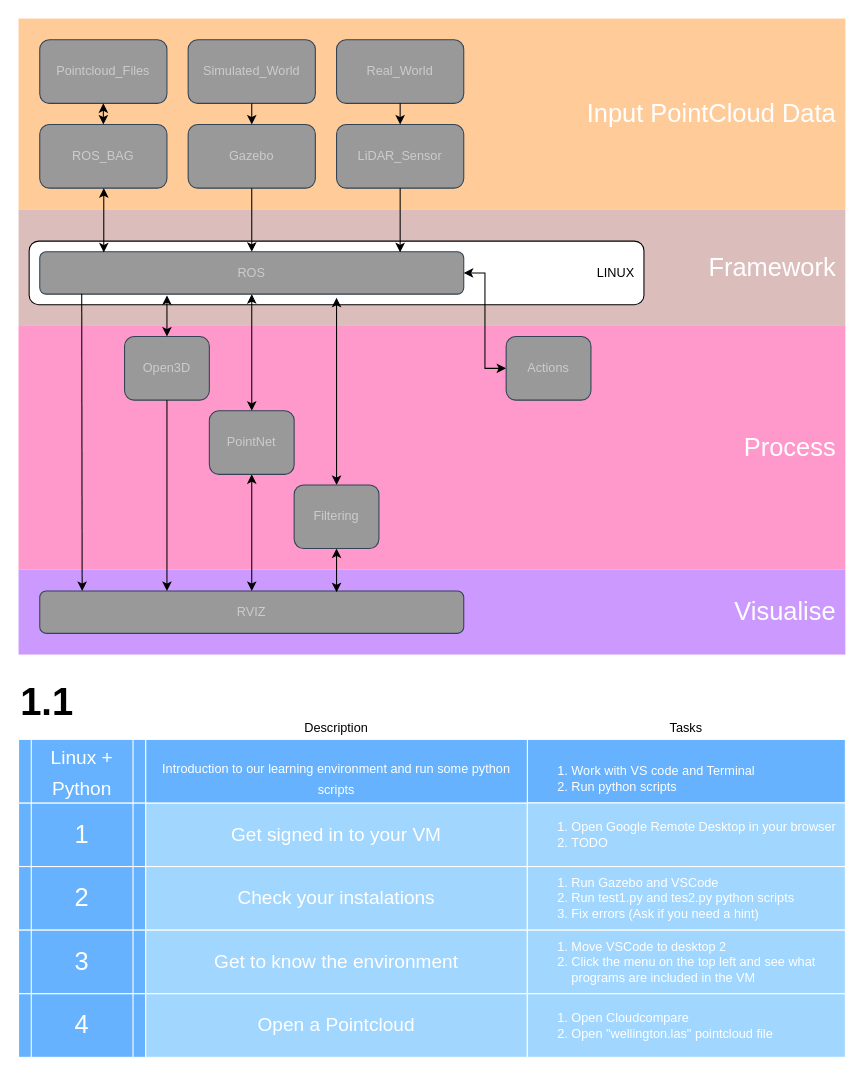
Before: page "1.1_Linux_Python" (3 of 8) of 0_Overview/course_overview_diagram.drawio in AM1010101/lidar_integrators_course, a draw.io diagram. Source tidied: cells renumbered, new cells numbered last; positions are measured from the earlier drawing's top-left corner, leaving out a move shared by most shapes. Both pictures are drawn from the tidied source at 106%, with x=0, y=0 at pixel (18, 18).
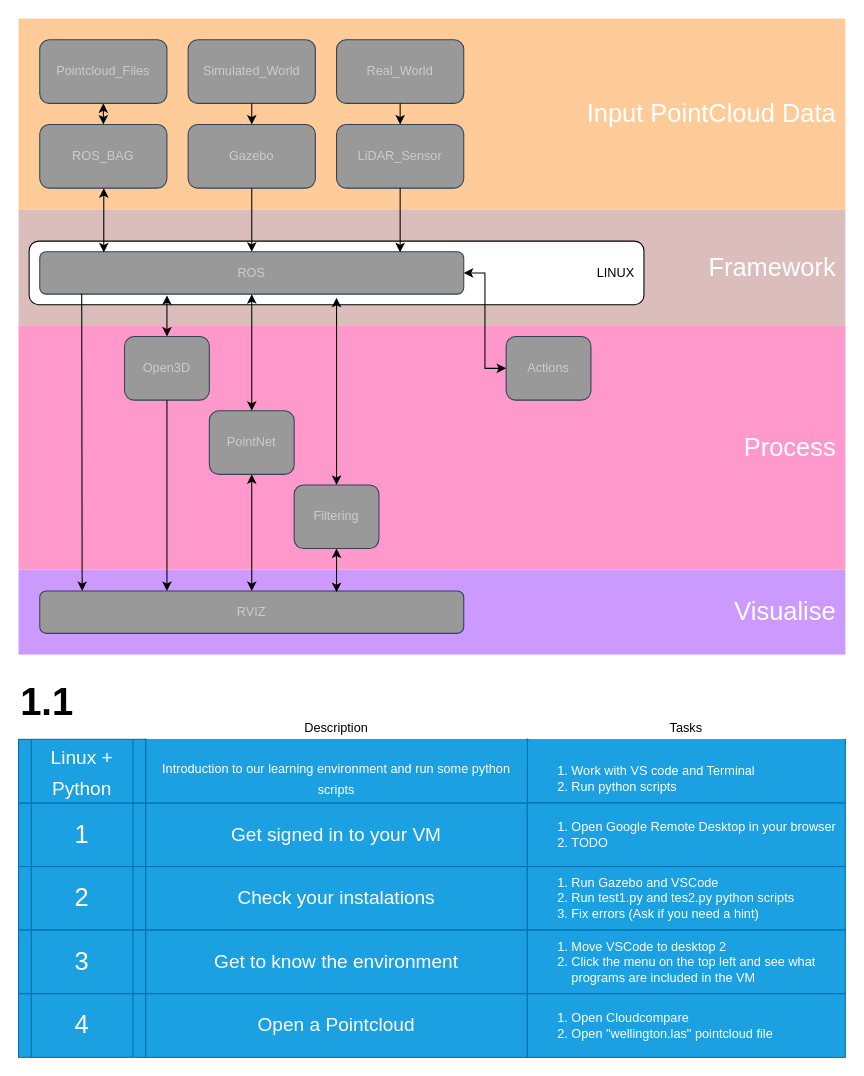
After the change.

What changed in the source:
```diff
@@
-    <mxCell id="33" value="1" style="shape=process;whiteSpace=wrap;html=1;backgroundOutline=1;fontSize=24;fontColor=#FFFFFF;fillColor=#66B2FF;gradientColor=none;strokeColor=#FFFFFF;" parent="1" vertex="1">
+    <mxCell id="33" value="1" style="shape=process;whiteSpace=wrap;html=1;backgroundOutline=1;fontSize=24;fontColor=#ffffff;fillColor=#1ba1e2;strokeColor=#006EAF;" parent="1" vertex="1">
       <mxGeometry y="740" width="120" height="60" as="geometry" />
     </mxCell>
-    <mxCell id="34" value="2" style="shape=process;whiteSpace=wrap;html=1;backgroundOutline=1;fontSize=24;fontColor=#FFFFFF;fillColor=#66B2FF;gradientColor=none;strokeColor=#FFFFFF;" parent="1" vertex="1">
+    <mxCell id="34" value="2" style="shape=process;whiteSpace=wrap;html=1;backgroundOutline=1;fontSize=24;fontColor=#ffffff;fillColor=#1ba1e2;strokeColor=#006EAF;" parent="1" vertex="1">
       <mxGeometry y="800" width="120" height="60" as="geometry" />
     </mxCell>
-    <mxCell id="35" value="3" style="shape=process;whiteSpace=wrap;html=1;backgroundOutline=1;fontSize=24;fontColor=#FFFFFF;fillColor=#66B2FF;gradientColor=none;strokeColor=#FFFFFF;" parent="1" vertex="1">
+    <mxCell id="35" value="3" style="shape=process;whiteSpace=wrap;html=1;backgroundOutline=1;fontSize=24;fontColor=#ffffff;fillColor=#1ba1e2;strokeColor=#006EAF;" parent="1" vertex="1">
       <mxGeometry y="860" width="120" height="60" as="geometry" />
     </mxCell>
-    <mxCell id="36" value="4" style="shape=process;whiteSpace=wrap;html=1;backgroundOutline=1;fontSize=24;fontColor=#FFFFFF;fillColor=#66B2FF;gradientColor=none;strokeColor=#FFFFFF;" parent="1" vertex="1">
+    <mxCell id="36" value="4" style="shape=process;whiteSpace=wrap;html=1;backgroundOutline=1;fontSize=24;fontColor=#ffffff;fillColor=#1ba1e2;strokeColor=#006EAF;" parent="1" vertex="1">
       <mxGeometry y="920" width="120" height="60" as="geometry" />
     </mxCell>
-    <mxCell id="37" value="&lt;font style=&quot;font-size: 18px&quot;&gt;Linux + Python&lt;br&gt;&lt;/font&gt;" style="shape=process;whiteSpace=wrap;html=1;backgroundOutline=1;fontSize=24;fontColor=#FFFFFF;fillColor=#66B2FF;gradientColor=none;strokeColor=#FFFFFF;" parent="1" vertex="1">
+    <mxCell id="37" value="&lt;font style=&quot;font-size: 18px&quot;&gt;Linux + Python&lt;br&gt;&lt;/font&gt;" style="shape=process;whiteSpace=wrap;html=1;backgroundOutline=1;fontSize=24;fontColor=#ffffff;fillColor=#1ba1e2;strokeColor=#006EAF;" parent="1" vertex="1">
       <mxGeometry y="680" width="120" height="60" as="geometry" />
     </mxCell>
-    <mxCell id="38" style="rounded=0;whiteSpace=wrap;html=1;fontSize=18;fontColor=#FFFFFF;fillColor=#A1D6FF;gradientColor=none;strokeColor=#FFFFFF;" parent="1" vertex="1">
+    <mxCell id="38" style="rounded=0;whiteSpace=wrap;html=1;fontSize=18;fontColor=#ffffff;fillColor=#1ba1e2;strokeColor=#006EAF;" parent="1" vertex="1">
       <mxGeometry x="120" y="680" width="360" height="60" as="geometry" />
     </mxCell>
-    <mxCell id="39" value="&lt;div style=&quot;font-size: 12px&quot; align=&quot;left&quot;&gt;&lt;br&gt;&lt;ol&gt;&lt;li&gt;&lt;font style=&quot;font-size: 12px&quot;&gt;Work with VS code and Terminal&lt;br&gt;&lt;/font&gt;&lt;/li&gt;&lt;li&gt;&lt;div&gt;&lt;font style=&quot;font-size: 12px&quot;&gt;Run python scripts&lt;/font&gt;&lt;/div&gt;&lt;/li&gt;&lt;/ol&gt;&lt;/div&gt;" style="rounded=0;whiteSpace=wrap;html=1;fontSize=18;fontColor=#FFFFFF;fillColor=#66B2FF;gradientColor=none;strokeColor=#FFFFFF;align=left;" parent="1" vertex="1">
+    <mxCell id="39" value="&lt;div style=&quot;font-size: 12px&quot; align=&quot;left&quot;&gt;&lt;br&gt;&lt;ol&gt;&lt;li&gt;&lt;font style=&quot;font-size: 12px&quot;&gt;Work with VS code and Terminal&lt;br&gt;&lt;/font&gt;&lt;/li&gt;&lt;li&gt;&lt;div&gt;&lt;font style=&quot;font-size: 12px&quot;&gt;Run python scripts&lt;/font&gt;&lt;/div&gt;&lt;/li&gt;&lt;/ol&gt;&lt;/div&gt;" style="rounded=0;whiteSpace=wrap;html=1;fontSize=18;fontColor=#ffffff;fillColor=#1ba1e2;strokeColor=#006EAF;align=left;" parent="1" vertex="1">
       <mxGeometry x="480" y="680" width="300" height="60" as="geometry" />
     </mxCell>
-    <mxCell id="40" value="Get signed in to your VM" style="rounded=0;whiteSpace=wrap;html=1;fontSize=18;fontColor=#FFFFFF;fillColor=#A1D6FF;gradientColor=none;strokeColor=#FFFFFF;" parent="1" vertex="1">
+    <mxCell id="40" value="Get signed in to your VM" style="rounded=0;whiteSpace=wrap;html=1;fontSize=18;fontColor=#ffffff;fillColor=#1ba1e2;strokeColor=#006EAF;" parent="1" vertex="1">
       <mxGeometry x="120" y="740" width="360" height="60" as="geometry" />
     </mxCell>
-    <mxCell id="41" value="&lt;div style=&quot;font-size: 12px&quot; align=&quot;left&quot;&gt;&lt;ol&gt;&lt;li&gt;Open Google Remote Desktop in your browser&lt;br&gt;&lt;/li&gt;&lt;li&gt;&lt;font style=&quot;font-size: 12px&quot;&gt;TODO&lt;br&gt;&lt;/font&gt;&lt;/li&gt;&lt;/ol&gt;&lt;/div&gt;" style="rounded=0;whiteSpace=wrap;html=1;fontSize=18;fontColor=#FFFFFF;fillColor=#A1D6FF;gradientColor=none;strokeColor=#FFFFFF;align=left;" parent="1" vertex="1">
+    <mxCell id="41" value="&lt;div style=&quot;font-size: 12px&quot; align=&quot;left&quot;&gt;&lt;ol&gt;&lt;li&gt;Open Google Remote Desktop in your browser&lt;br&gt;&lt;/li&gt;&lt;li&gt;&lt;font style=&quot;font-size: 12px&quot;&gt;TODO&lt;br&gt;&lt;/font&gt;&lt;/li&gt;&lt;/ol&gt;&lt;/div&gt;" style="rounded=0;whiteSpace=wrap;html=1;fontSize=18;fontColor=#ffffff;fillColor=#1ba1e2;strokeColor=#006EAF;align=left;" parent="1" vertex="1">
       <mxGeometry x="480" y="740" width="300" height="60" as="geometry" />
     </mxCell>
@@
-    <mxCell id="43" value="&lt;p style=&quot;line-height: 0.5&quot;&gt;&lt;font style=&quot;font-size: 12px&quot; color=&quot;#FFFFFF&quot;&gt;Introduction to our learning environment and run some python scripts&lt;/font&gt;&lt;/p&gt;" style="text;html=1;strokeColor=#FFFFFF;fillColor=#66B2FF;align=center;verticalAlign=middle;whiteSpace=wrap;rounded=0;fontSize=36;" parent="1" vertex="1">
+    <mxCell id="43" value="&lt;p style=&quot;line-height: 0.5&quot;&gt;&lt;font style=&quot;font-size: 12px&quot; color=&quot;#FFFFFF&quot;&gt;Introduction to our learning environment and run some python scripts&lt;/font&gt;&lt;/p&gt;" style="text;html=1;strokeColor=#006EAF;fillColor=#1ba1e2;align=center;verticalAlign=middle;whiteSpace=wrap;rounded=0;fontSize=36;fontColor=#ffffff;" parent="1" vertex="1">
       <mxGeometry x="120" y="680" width="360" height="60" as="geometry" />
     </mxCell>
@@
-    <mxCell id="46" value="Check your instalations" style="rounded=0;whiteSpace=wrap;html=1;fontSize=18;fontColor=#FFFFFF;fillColor=#A1D6FF;gradientColor=none;strokeColor=#FFFFFF;" parent="1" vertex="1">
+    <mxCell id="46" value="Check your instalations" style="rounded=0;whiteSpace=wrap;html=1;fontSize=18;fontColor=#ffffff;fillColor=#1ba1e2;strokeColor=#006EAF;" parent="1" vertex="1">
       <mxGeometry x="120" y="800" width="360" height="60" as="geometry" />
     </mxCell>
-    <mxCell id="47" value="&lt;ol style=&quot;font-size: 12px&quot;&gt;&lt;li&gt;Run Gazebo and VSCode&lt;/li&gt;&lt;li&gt;Run test1.py and tes2.py python scripts&lt;/li&gt;&lt;li&gt;Fix errors (Ask if you need a hint)&lt;br&gt;&lt;/li&gt;&lt;/ol&gt;" style="rounded=0;whiteSpace=wrap;html=1;fontSize=18;fontColor=#FFFFFF;fillColor=#A1D6FF;gradientColor=none;strokeColor=#FFFFFF;align=left;" parent="1" vertex="1">
+    <mxCell id="47" value="&lt;ol style=&quot;font-size: 12px&quot;&gt;&lt;li&gt;Run Gazebo and VSCode&lt;/li&gt;&lt;li&gt;Run test1.py and tes2.py python scripts&lt;/li&gt;&lt;li&gt;Fix errors (Ask if you need a hint)&lt;br&gt;&lt;/li&gt;&lt;/ol&gt;" style="rounded=0;whiteSpace=wrap;html=1;fontSize=18;fontColor=#ffffff;fillColor=#1ba1e2;strokeColor=#006EAF;align=left;" parent="1" vertex="1">
       <mxGeometry x="480" y="800" width="300" height="60" as="geometry" />
     </mxCell>
-    <mxCell id="48" value="Get to know the environment" style="rounded=0;whiteSpace=wrap;html=1;fontSize=18;fontColor=#FFFFFF;fillColor=#A1D6FF;gradientColor=none;strokeColor=#FFFFFF;" parent="1" vertex="1">
+    <mxCell id="48" value="Get to know the environment" style="rounded=0;whiteSpace=wrap;html=1;fontSize=18;fontColor=#ffffff;fillColor=#1ba1e2;strokeColor=#006EAF;" parent="1" vertex="1">
       <mxGeometry x="120" y="860" width="360" height="60" as="geometry" />
     </mxCell>
-    <mxCell id="49" value="&lt;div style=&quot;font-size: 12px&quot; align=&quot;left&quot;&gt;&lt;ol&gt;&lt;li&gt;&lt;font style=&quot;font-size: 12px&quot;&gt;Move VSCode to desktop 2&lt;br&gt;&lt;/font&gt;&lt;/li&gt;&lt;li&gt;&lt;font style=&quot;font-size: 12px&quot;&gt;Click the menu on the top left and see what programs are included in the VM&lt;br&gt;&lt;/font&gt;&lt;/li&gt;&lt;/ol&gt;&lt;/div&gt;" style="rounded=0;whiteSpace=wrap;html=1;fontSize=18;fontColor=#FFFFFF;fillColor=#A1D6FF;gradientColor=none;strokeColor=#FFFFFF;align=left;" parent="1" vertex="1">
+    <mxCell id="49" value="&lt;div style=&quot;font-size: 12px&quot; align=&quot;left&quot;&gt;&lt;ol&gt;&lt;li&gt;&lt;font style=&quot;font-size: 12px&quot;&gt;Move VSCode to desktop 2&lt;br&gt;&lt;/font&gt;&lt;/li&gt;&lt;li&gt;&lt;font style=&quot;font-size: 12px&quot;&gt;Click the menu on the top left and see what programs are included in the VM&lt;br&gt;&lt;/font&gt;&lt;/li&gt;&lt;/ol&gt;&lt;/div&gt;" style="rounded=0;whiteSpace=wrap;html=1;fontSize=18;fontColor=#ffffff;fillColor=#1ba1e2;strokeColor=#006EAF;align=left;" parent="1" vertex="1">
       <mxGeometry x="480" y="860" width="300" height="60" as="geometry" />
     </mxCell>
-    <mxCell id="50" value="Open a Pointcloud" style="rounded=0;whiteSpace=wrap;html=1;fontSize=18;fontColor=#FFFFFF;fillColor=#A1D6FF;gradientColor=none;strokeColor=#FFFFFF;" parent="1" vertex="1">
+    <mxCell id="50" value="Open a Pointcloud" style="rounded=0;whiteSpace=wrap;html=1;fontSize=18;fontColor=#ffffff;fillColor=#1ba1e2;strokeColor=#006EAF;" parent="1" vertex="1">
       <mxGeometry x="120" y="920" width="360" height="60" as="geometry" />
     </mxCell>
-    <mxCell id="51" value="&lt;div style=&quot;font-size: 12px&quot; align=&quot;left&quot;&gt;&lt;ol&gt;&lt;li&gt;&lt;font style=&quot;font-size: 12px&quot;&gt;Open Cloudcompare&lt;/font&gt;&lt;/li&gt;&lt;li&gt;&lt;font style=&quot;font-size: 12px&quot;&gt;Open &quot;wellington.las&quot; pointcloud file&lt;br&gt;&lt;/font&gt;&lt;/li&gt;&lt;/ol&gt;&lt;/div&gt;" style="rounded=0;whiteSpace=wrap;html=1;fontSize=18;fontColor=#FFFFFF;fillColor=#A1D6FF;gradientColor=none;strokeColor=#FFFFFF;align=left;" parent="1" vertex="1">
+    <mxCell id="51" value="&lt;div style=&quot;font-size: 12px&quot; align=&quot;left&quot;&gt;&lt;ol&gt;&lt;li&gt;&lt;font style=&quot;font-size: 12px&quot;&gt;Open Cloudcompare&lt;/font&gt;&lt;/li&gt;&lt;li&gt;&lt;font style=&quot;font-size: 12px&quot;&gt;Open &quot;wellington.las&quot; pointcloud file&lt;br&gt;&lt;/font&gt;&lt;/li&gt;&lt;/ol&gt;&lt;/div&gt;" style="rounded=0;whiteSpace=wrap;html=1;fontSize=18;fontColor=#ffffff;fillColor=#1ba1e2;strokeColor=#006EAF;align=left;" parent="1" vertex="1">
       <mxGeometry x="480" y="920" width="300" height="60" as="geometry" />
     </mxCell>
```
